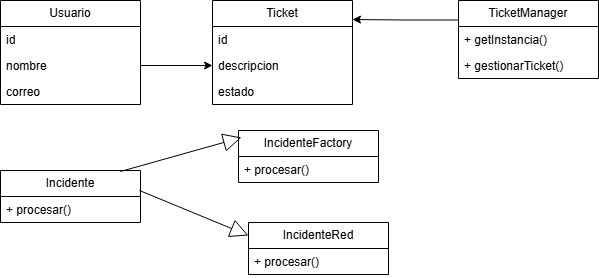
yvalencia3971-coder/Help-Desk keeps this draw.io diagram as docs/diagramas/clases-helpdesk.drawio.png. Above is the earlier version. Source tidied: cells renumbered, new cells last; positions are measured from the earlier drawing's top-left corner, leaving out a move shared by most shapes.
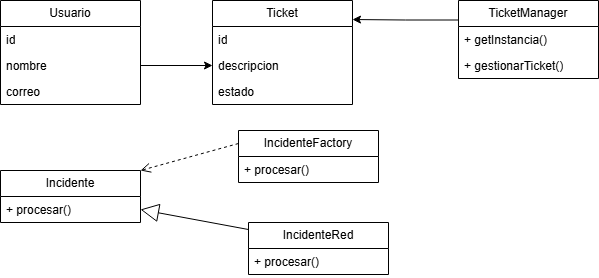
The same file after the commit.

Commit message:
Se actualiza diagrama UML

The edit, as a diff of the source:
```diff
@@ -47,7 +47,7 @@
     <mxCell id="16" value="+ procesar()" style="text;strokeColor=none;fillColor=none;align=left;verticalAlign=top;spacingLeft=4;spacingRight=4;overflow=hidden;whiteSpace=wrap;html=1;" parent="15" vertex="1">
       <mxGeometry y="26" width="140" height="26" as="geometry" />
     </mxCell>
-    <mxCell id="17" style="endArrow=block;endSize=16;endFill=0;html=1;rounded=0;entryX=0;entryY=0.25;entryDx=0;entryDy=0;exitX=0.993;exitY=0.385;exitDx=0;exitDy=0;exitPerimeter=0;" parent="1" edge="1" source="13" target="15">
+    <mxCell id="17" style="endArrow=block;endSize=16;endFill=0;html=1;rounded=0;exitX=0;exitY=0.135;exitDx=0;exitDy=0;exitPerimeter=0;" parent="1" edge="1" source="15" target="13">
       <mxGeometry relative="1" as="geometry" />
     </mxCell>
     <mxCell id="18" style="edgeStyle=orthogonalEdgeStyle;rounded=0;jettySize=auto;html=1;exitX=1;exitY=0.5;exitDx=0;exitDy=0;entryX=0;entryY=0.5;entryDx=0;entryDy=0;" parent="1" edge="1" source="4" target="8">
@@ -62,8 +62,8 @@
     <mxCell id="21" value="+ procesar()" style="text;strokeColor=none;fillColor=none;align=left;verticalAlign=top;spacingLeft=4;spacingRight=4;overflow=hidden;whiteSpace=wrap;html=1;" parent="20" vertex="1">
       <mxGeometry y="26" width="140" height="26" as="geometry" />
     </mxCell>
-    <mxCell id="22" style="endArrow=block;endSize=16;endFill=0;html=1;rounded=0;entryX=0.021;entryY=0.135;entryDx=0;entryDy=0;exitX=0.857;exitY=0.019;exitDx=0;exitDy=0;exitPerimeter=0;entryPerimeter=0;" parent="1" edge="1" source="13" target="20">
-      <mxGeometry relative="1" as="geometry" />
-    </mxCell>
+    <mxCell id="23" style="html=1;verticalAlign=bottom;endArrow=open;dashed=1;endSize=8;curved=0;rounded=0;exitX=0;exitY=0.25;exitDx=0;exitDy=0;entryX=1;entryY=0;entryDx=0;entryDy=0;" parent="1" edge="1" source="20" target="13">
+      <mxGeometry relative="1" as="geometry" />
+    </mxCell>
   </root>
 </mxGraphModel>
```
